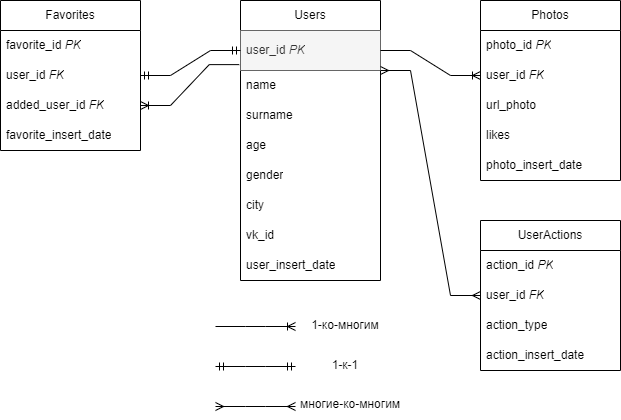
This is db/db_structure.drawio.png from holllygun/VKinder, a draw.io export, as it was before one commit. Source tidied: cells renumbered, new cells last; positions are measured from the earlier drawing's top-left corner, leaving out a move shared by most shapes. Its diagram source:
```xml
<mxGraphModel>
  <root>
    <mxCell id="0" />
    <mxCell id="1" parent="0" />
    <mxCell id="2" value="Users" style="swimlane;fontStyle=0;horizontal=1;startSize=30;whiteSpace=wrap;html=1;" parent="1" vertex="1">
      <mxGeometry x="240" width="140" height="280" as="geometry" />
    </mxCell>
    <mxCell id="3" value="user_id&amp;nbsp;&lt;i&gt;PK&lt;/i&gt;" style="text;strokeColor=#666666;fillColor=#f5f5f5;align=left;verticalAlign=middle;spacingLeft=4;spacingRight=4;overflow=hidden;points=[[0,0.5],[1,0.5]];portConstraint=eastwest;whiteSpace=wrap;html=1;fontColor=#333333;" parent="2" vertex="1">
      <mxGeometry y="30" width="140" height="40" as="geometry" />
    </mxCell>
    <mxCell id="4" value="name" style="text;strokeColor=none;fillColor=none;align=left;verticalAlign=middle;spacingLeft=4;spacingRight=4;overflow=hidden;whiteSpace=wrap;html=1;" parent="2" vertex="1">
      <mxGeometry y="70" width="140" height="30" as="geometry" />
    </mxCell>
    <mxCell id="5" value="surname" style="text;strokeColor=none;fillColor=none;align=left;verticalAlign=middle;spacingLeft=4;spacingRight=4;overflow=hidden;whiteSpace=wrap;html=1;" parent="2" vertex="1">
      <mxGeometry y="100" width="140" height="30" as="geometry" />
    </mxCell>
    <mxCell id="6" value="age" style="text;strokeColor=none;fillColor=none;align=left;verticalAlign=middle;spacingLeft=4;spacingRight=4;overflow=hidden;whiteSpace=wrap;html=1;" parent="2" vertex="1">
      <mxGeometry y="130" width="140" height="30" as="geometry" />
    </mxCell>
    <mxCell id="7" value="gender" style="text;strokeColor=none;fillColor=none;align=left;verticalAlign=middle;spacingLeft=4;spacingRight=4;overflow=hidden;whiteSpace=wrap;html=1;" parent="2" vertex="1">
      <mxGeometry y="160" width="140" height="30" as="geometry" />
    </mxCell>
    <mxCell id="8" value="city" style="text;strokeColor=none;fillColor=none;align=left;verticalAlign=middle;spacingLeft=4;spacingRight=4;overflow=hidden;whiteSpace=wrap;html=1;" parent="2" vertex="1">
      <mxGeometry y="190" width="140" height="30" as="geometry" />
    </mxCell>
    <mxCell id="9" value="vk_id" style="text;strokeColor=none;fillColor=none;align=left;verticalAlign=middle;spacingLeft=4;spacingRight=4;overflow=hidden;whiteSpace=wrap;html=1;" parent="2" vertex="1">
      <mxGeometry y="220" width="140" height="30" as="geometry" />
    </mxCell>
    <mxCell id="10" value="user_insert_date" style="text;strokeColor=none;fillColor=none;align=left;verticalAlign=middle;spacingLeft=4;spacingRight=4;overflow=hidden;whiteSpace=wrap;html=1;" parent="2" vertex="1">
      <mxGeometry y="250" width="140" height="30" as="geometry" />
    </mxCell>
    <mxCell id="11" value="Photos" style="swimlane;fontStyle=0;horizontal=1;startSize=30;whiteSpace=wrap;html=1;" parent="1" vertex="1">
      <mxGeometry x="480" width="140" height="180" as="geometry" />
    </mxCell>
    <mxCell id="12" value="photo_id&amp;nbsp;&lt;i&gt;PK&lt;/i&gt;" style="text;strokeColor=none;fillColor=none;align=left;verticalAlign=middle;spacingLeft=4;spacingRight=4;overflow=hidden;whiteSpace=wrap;html=1;" parent="11" vertex="1">
      <mxGeometry y="30" width="140" height="30" as="geometry" />
    </mxCell>
    <mxCell id="13" value="user_id&amp;nbsp;&lt;i&gt;FK&lt;/i&gt;" style="text;strokeColor=none;fillColor=none;align=left;verticalAlign=middle;spacingLeft=4;spacingRight=4;overflow=hidden;points=[[0,0.5],[1,0.5]];portConstraint=eastwest;whiteSpace=wrap;html=1;" parent="11" vertex="1">
      <mxGeometry y="60" width="140" height="30" as="geometry" />
    </mxCell>
    <mxCell id="14" value="url_photo" style="text;strokeColor=none;fillColor=none;align=left;verticalAlign=middle;spacingLeft=4;spacingRight=4;overflow=hidden;whiteSpace=wrap;html=1;" parent="11" vertex="1">
      <mxGeometry y="90" width="140" height="30" as="geometry" />
    </mxCell>
    <mxCell id="15" value="likes" style="text;strokeColor=none;fillColor=none;align=left;verticalAlign=middle;spacingLeft=4;spacingRight=4;overflow=hidden;whiteSpace=wrap;html=1;" parent="11" vertex="1">
      <mxGeometry y="120" width="140" height="30" as="geometry" />
    </mxCell>
    <mxCell id="16" value="photo_insert_date" style="text;strokeColor=none;fillColor=none;align=left;verticalAlign=middle;spacingLeft=4;spacingRight=4;overflow=hidden;whiteSpace=wrap;html=1;" parent="11" vertex="1">
      <mxGeometry y="150" width="140" height="30" as="geometry" />
    </mxCell>
    <mxCell id="17" value="Favorites" style="swimlane;fontStyle=0;horizontal=1;startSize=30;whiteSpace=wrap;html=1;" parent="1" vertex="1">
      <mxGeometry width="140" height="150" as="geometry" />
    </mxCell>
    <mxCell id="18" value="favorite_id&amp;nbsp;&lt;i&gt;PK&lt;/i&gt;" style="text;strokeColor=none;fillColor=none;align=left;verticalAlign=middle;spacingLeft=4;spacingRight=4;overflow=hidden;whiteSpace=wrap;html=1;" parent="17" vertex="1">
      <mxGeometry y="30" width="140" height="30" as="geometry" />
    </mxCell>
    <mxCell id="19" value="user_id&amp;nbsp;&lt;i&gt;FK&lt;/i&gt;" style="text;strokeColor=none;fillColor=none;align=left;verticalAlign=middle;spacingLeft=4;spacingRight=4;overflow=hidden;points=[[0,0.5],[1,0.5]];portConstraint=eastwest;whiteSpace=wrap;html=1;" parent="17" vertex="1">
      <mxGeometry y="60" width="140" height="30" as="geometry" />
    </mxCell>
    <mxCell id="20" value="added_user_id&amp;nbsp;&lt;i&gt;FK&lt;/i&gt;" style="text;strokeColor=none;fillColor=none;align=left;verticalAlign=middle;spacingLeft=4;spacingRight=4;overflow=hidden;points=[[0,0.5],[1,0.5]];portConstraint=eastwest;whiteSpace=wrap;html=1;" parent="17" vertex="1">
      <mxGeometry y="90" width="140" height="30" as="geometry" />
    </mxCell>
    <mxCell id="21" value="favorite_insert_date" style="text;strokeColor=none;fillColor=none;align=left;verticalAlign=middle;spacingLeft=4;spacingRight=4;overflow=hidden;whiteSpace=wrap;html=1;" parent="17" vertex="1">
      <mxGeometry y="120" width="140" height="30" as="geometry" />
    </mxCell>
    <mxCell id="22" value="UserActions" style="swimlane;fontStyle=0;horizontal=1;startSize=30;whiteSpace=wrap;html=1;" parent="1" vertex="1">
      <mxGeometry x="480" y="220" width="140" height="150" as="geometry" />
    </mxCell>
    <mxCell id="23" value="action_id&amp;nbsp;&lt;i&gt;PK&lt;/i&gt;" style="text;strokeColor=none;fillColor=none;align=left;verticalAlign=middle;spacingLeft=4;spacingRight=4;overflow=hidden;points=[[0,0.5],[1,0.5]];portConstraint=eastwest;whiteSpace=wrap;html=1;" parent="22" vertex="1">
      <mxGeometry y="30" width="140" height="30" as="geometry" />
    </mxCell>
    <mxCell id="24" value="user_id&amp;nbsp;&lt;i&gt;FK&lt;/i&gt;" style="text;strokeColor=none;fillColor=none;align=left;verticalAlign=middle;spacingLeft=4;spacingRight=4;overflow=hidden;points=[[0,0.5],[1,0.5]];portConstraint=eastwest;whiteSpace=wrap;html=1;" parent="22" vertex="1">
      <mxGeometry y="60" width="140" height="30" as="geometry" />
    </mxCell>
    <mxCell id="25" value="action_type" style="text;strokeColor=none;fillColor=none;align=left;verticalAlign=middle;spacingLeft=4;spacingRight=4;overflow=hidden;whiteSpace=wrap;html=1;" parent="22" vertex="1">
      <mxGeometry y="90" width="140" height="30" as="geometry" />
    </mxCell>
    <mxCell id="26" value="action_insert_date" style="text;strokeColor=none;fillColor=none;align=left;verticalAlign=middle;spacingLeft=4;spacingRight=4;overflow=hidden;whiteSpace=wrap;html=1;" parent="22" vertex="1">
      <mxGeometry y="120" width="140" height="30" as="geometry" />
    </mxCell>
    <mxCell id="27" style="edgeStyle=entityRelationEdgeStyle;fontSize=12;html=1;endArrow=ERoneToMany;rounded=0;exitX=1;exitY=0.5;exitDx=0;exitDy=0;entryX=0;entryY=0.5;entryDx=0;entryDy=0;" parent="1" edge="1" source="3" target="13">
      <mxGeometry relative="1" as="geometry" />
    </mxCell>
    <mxCell id="28" style="edgeStyle=entityRelationEdgeStyle;fontSize=12;html=1;endArrow=ERmandOne;startArrow=ERmandOne;rounded=0;exitX=1;exitY=0.5;exitDx=0;exitDy=0;entryX=0;entryY=0.5;entryDx=0;entryDy=0;" parent="1" edge="1" source="19" target="3">
      <mxGeometry relative="1" as="geometry" />
    </mxCell>
    <mxCell id="29" style="edgeStyle=entityRelationEdgeStyle;fontSize=12;html=1;endArrow=ERoneToMany;rounded=0;entryX=1;entryY=0.5;entryDx=0;entryDy=0;exitX=-0.009;exitY=0.853;exitDx=0;exitDy=0;exitPerimeter=0;" parent="1" edge="1" source="3" target="20">
      <mxGeometry relative="1" as="geometry" />
    </mxCell>
    <mxCell id="30" style="edgeStyle=entityRelationEdgeStyle;fontSize=12;html=1;endArrow=ERmany;startArrow=ERmany;rounded=0;entryX=0;entryY=0.5;entryDx=0;entryDy=0;exitX=1;exitY=0.25;exitDx=0;exitDy=0;" parent="1" edge="1" source="2" target="24">
      <mxGeometry relative="1" as="geometry" />
    </mxCell>
    <mxCell id="31" style="edgeStyle=entityRelationEdgeStyle;fontSize=12;html=1;endArrow=ERoneToMany;rounded=0;" parent="1" edge="1">
      <mxGeometry relative="1" as="geometry">
        <mxPoint x="215" y="326" as="sourcePoint" />
        <mxPoint x="295" y="326" as="targetPoint" />
      </mxGeometry>
    </mxCell>
    <mxCell id="32" value="1-ко-многим" style="text;html=1;strokeColor=none;fillColor=none;align=center;verticalAlign=middle;whiteSpace=wrap;rounded=0;" parent="1" vertex="1">
      <mxGeometry x="295" y="310" width="100" height="30" as="geometry" />
    </mxCell>
    <mxCell id="33" style="edgeStyle=entityRelationEdgeStyle;fontSize=12;html=1;endArrow=ERmandOne;startArrow=ERmandOne;rounded=0;" parent="1" edge="1">
      <mxGeometry relative="1" as="geometry">
        <mxPoint x="215" y="366" as="sourcePoint" />
        <mxPoint x="295" y="366" as="targetPoint" />
      </mxGeometry>
    </mxCell>
    <mxCell id="34" value="1-к-1" style="text;html=1;strokeColor=none;fillColor=none;align=center;verticalAlign=middle;whiteSpace=wrap;rounded=0;" parent="1" vertex="1">
      <mxGeometry x="295" y="350" width="100" height="30" as="geometry" />
    </mxCell>
    <mxCell id="35" style="edgeStyle=entityRelationEdgeStyle;fontSize=12;html=1;endArrow=ERmany;startArrow=ERmany;rounded=0;" parent="1" edge="1">
      <mxGeometry relative="1" as="geometry">
        <mxPoint x="215" y="406" as="sourcePoint" />
        <mxPoint x="295" y="406" as="targetPoint" />
      </mxGeometry>
    </mxCell>
    <mxCell id="36" value="многие-ко-многим" style="text;html=1;strokeColor=none;fillColor=none;align=center;verticalAlign=middle;whiteSpace=wrap;rounded=0;" parent="1" vertex="1">
      <mxGeometry x="295" y="389" width="110" height="30" as="geometry" />
    </mxCell>
  </root>
</mxGraphModel>
```
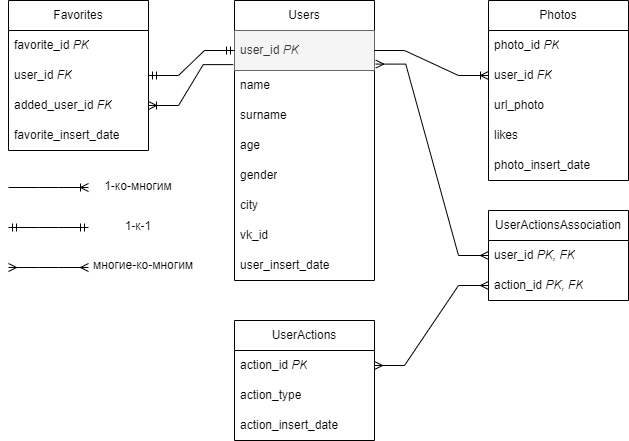
The same file after the commit.

What changed in the source:
```diff
@@ -3,7 +3,7 @@
     <mxCell id="0" />
     <mxCell id="1" parent="0" />
     <mxCell id="2" value="Users" style="swimlane;fontStyle=0;horizontal=1;startSize=30;whiteSpace=wrap;html=1;" parent="1" vertex="1">
-      <mxGeometry x="240" width="140" height="280" as="geometry" />
+      <mxGeometry x="226" width="140" height="280" as="geometry" />
     </mxCell>
     <mxCell id="3" value="user_id&amp;nbsp;&lt;i&gt;PK&lt;/i&gt;" style="text;strokeColor=#666666;fillColor=#f5f5f5;align=left;verticalAlign=middle;spacingLeft=4;spacingRight=4;overflow=hidden;points=[[0,0.5],[1,0.5]];portConstraint=eastwest;whiteSpace=wrap;html=1;fontColor=#333333;" parent="2" vertex="1">
       <mxGeometry y="30" width="140" height="40" as="geometry" />
@@ -63,19 +63,16 @@
       <mxGeometry y="120" width="140" height="30" as="geometry" />
     </mxCell>
     <mxCell id="22" value="UserActions" style="swimlane;fontStyle=0;horizontal=1;startSize=30;whiteSpace=wrap;html=1;" parent="1" vertex="1">
-      <mxGeometry x="480" y="220" width="140" height="150" as="geometry" />
+      <mxGeometry x="226" y="320" width="140" height="120" as="geometry" />
     </mxCell>
     <mxCell id="23" value="action_id&amp;nbsp;&lt;i&gt;PK&lt;/i&gt;" style="text;strokeColor=none;fillColor=none;align=left;verticalAlign=middle;spacingLeft=4;spacingRight=4;overflow=hidden;points=[[0,0.5],[1,0.5]];portConstraint=eastwest;whiteSpace=wrap;html=1;" parent="22" vertex="1">
       <mxGeometry y="30" width="140" height="30" as="geometry" />
     </mxCell>
-    <mxCell id="24" value="user_id&amp;nbsp;&lt;i&gt;FK&lt;/i&gt;" style="text;strokeColor=none;fillColor=none;align=left;verticalAlign=middle;spacingLeft=4;spacingRight=4;overflow=hidden;points=[[0,0.5],[1,0.5]];portConstraint=eastwest;whiteSpace=wrap;html=1;" parent="22" vertex="1">
-      <mxGeometry y="60" width="140" height="30" as="geometry" />
-    </mxCell>
     <mxCell id="25" value="action_type" style="text;strokeColor=none;fillColor=none;align=left;verticalAlign=middle;spacingLeft=4;spacingRight=4;overflow=hidden;whiteSpace=wrap;html=1;" parent="22" vertex="1">
-      <mxGeometry y="90" width="140" height="30" as="geometry" />
+      <mxGeometry y="60" width="140" height="30" as="geometry" />
     </mxCell>
     <mxCell id="26" value="action_insert_date" style="text;strokeColor=none;fillColor=none;align=left;verticalAlign=middle;spacingLeft=4;spacingRight=4;overflow=hidden;whiteSpace=wrap;html=1;" parent="22" vertex="1">
-      <mxGeometry y="120" width="140" height="30" as="geometry" />
+      <mxGeometry y="90" width="140" height="30" as="geometry" />
     </mxCell>
     <mxCell id="27" style="edgeStyle=entityRelationEdgeStyle;fontSize=12;html=1;endArrow=ERoneToMany;rounded=0;exitX=1;exitY=0.5;exitDx=0;exitDy=0;entryX=0;entryY=0.5;entryDx=0;entryDy=0;" parent="1" edge="1" source="3" target="13">
       <mxGeometry relative="1" as="geometry" />
@@ -86,35 +83,51 @@
     <mxCell id="29" style="edgeStyle=entityRelationEdgeStyle;fontSize=12;html=1;endArrow=ERoneToMany;rounded=0;entryX=1;entryY=0.5;entryDx=0;entryDy=0;exitX=-0.009;exitY=0.853;exitDx=0;exitDy=0;exitPerimeter=0;" parent="1" edge="1" source="3" target="20">
       <mxGeometry relative="1" as="geometry" />
     </mxCell>
-    <mxCell id="30" style="edgeStyle=entityRelationEdgeStyle;fontSize=12;html=1;endArrow=ERmany;startArrow=ERmany;rounded=0;entryX=0;entryY=0.5;entryDx=0;entryDy=0;exitX=1;exitY=0.25;exitDx=0;exitDy=0;" parent="1" edge="1" source="2" target="24">
-      <mxGeometry relative="1" as="geometry" />
-    </mxCell>
     <mxCell id="31" style="edgeStyle=entityRelationEdgeStyle;fontSize=12;html=1;endArrow=ERoneToMany;rounded=0;" parent="1" edge="1">
       <mxGeometry relative="1" as="geometry">
-        <mxPoint x="215" y="326" as="sourcePoint" />
-        <mxPoint x="295" y="326" as="targetPoint" />
+        <mxPoint y="187" as="sourcePoint" />
+        <mxPoint x="80" y="187" as="targetPoint" />
       </mxGeometry>
     </mxCell>
     <mxCell id="32" value="1-ко-многим" style="text;html=1;strokeColor=none;fillColor=none;align=center;verticalAlign=middle;whiteSpace=wrap;rounded=0;" parent="1" vertex="1">
-      <mxGeometry x="295" y="310" width="100" height="30" as="geometry" />
+      <mxGeometry x="80" y="171" width="100" height="30" as="geometry" />
     </mxCell>
     <mxCell id="33" style="edgeStyle=entityRelationEdgeStyle;fontSize=12;html=1;endArrow=ERmandOne;startArrow=ERmandOne;rounded=0;" parent="1" edge="1">
       <mxGeometry relative="1" as="geometry">
-        <mxPoint x="215" y="366" as="sourcePoint" />
-        <mxPoint x="295" y="366" as="targetPoint" />
+        <mxPoint y="227" as="sourcePoint" />
+        <mxPoint x="80" y="227" as="targetPoint" />
       </mxGeometry>
     </mxCell>
     <mxCell id="34" value="1-к-1" style="text;html=1;strokeColor=none;fillColor=none;align=center;verticalAlign=middle;whiteSpace=wrap;rounded=0;" parent="1" vertex="1">
-      <mxGeometry x="295" y="350" width="100" height="30" as="geometry" />
+      <mxGeometry x="80" y="211" width="100" height="30" as="geometry" />
     </mxCell>
     <mxCell id="35" style="edgeStyle=entityRelationEdgeStyle;fontSize=12;html=1;endArrow=ERmany;startArrow=ERmany;rounded=0;" parent="1" edge="1">
       <mxGeometry relative="1" as="geometry">
-        <mxPoint x="215" y="406" as="sourcePoint" />
-        <mxPoint x="295" y="406" as="targetPoint" />
+        <mxPoint y="267" as="sourcePoint" />
+        <mxPoint x="80" y="267" as="targetPoint" />
       </mxGeometry>
     </mxCell>
     <mxCell id="36" value="многие-ко-многим" style="text;html=1;strokeColor=none;fillColor=none;align=center;verticalAlign=middle;whiteSpace=wrap;rounded=0;" parent="1" vertex="1">
-      <mxGeometry x="295" y="389" width="110" height="30" as="geometry" />
+      <mxGeometry x="80" y="250" width="110" height="30" as="geometry" />
     </mxCell>
+    <mxCell id="37" value="UserActionsAssociation" style="swimlane;fontStyle=0;horizontal=1;startSize=30;whiteSpace=wrap;html=1;" parent="1" vertex="1">
+      <mxGeometry x="480" y="210" width="140" height="90" as="geometry" />
+    </mxCell>
+    <mxCell id="38" value="user_id &lt;i&gt;PK, FK&lt;/i&gt;" style="text;strokeColor=none;fillColor=none;align=left;verticalAlign=middle;spacingLeft=4;spacingRight=4;overflow=hidden;points=[[0,0.5],[1,0.5]];portConstraint=eastwest;whiteSpace=wrap;html=1;" parent="37" vertex="1">
+      <mxGeometry y="30" width="140" height="30" as="geometry" />
+    </mxCell>
+    <mxCell id="39" value="action_id&amp;nbsp;&lt;i&gt;PK, FK&lt;/i&gt;" style="text;strokeColor=none;fillColor=none;align=left;verticalAlign=middle;spacingLeft=4;spacingRight=4;overflow=hidden;points=[[0,0.5],[1,0.5]];portConstraint=eastwest;whiteSpace=wrap;html=1;" parent="37" vertex="1">
+      <mxGeometry y="60" width="140" height="30" as="geometry" />
+    </mxCell>
+    <mxCell id="40" style="edgeStyle=entityRelationEdgeStyle;fontSize=12;html=1;endArrow=ERmany;startArrow=ERmany;rounded=0;entryX=0;entryY=0.5;entryDx=0;entryDy=0;exitX=1.009;exitY=0.84;exitDx=0;exitDy=0;exitPerimeter=0;" parent="1" edge="1" source="3" target="38">
+      <mxGeometry relative="1" as="geometry" />
+    </mxCell>
+    <mxCell id="41" style="edgeStyle=entityRelationEdgeStyle;fontSize=12;html=1;endArrow=ERmany;startArrow=ERmany;rounded=0;exitX=1;exitY=0.5;exitDx=0;exitDy=0;entryX=0;entryY=0.5;entryDx=0;entryDy=0;" parent="1" edge="1" source="23" target="39">
+      <mxGeometry relative="1" as="geometry">
+        <Array as="points">
+          <mxPoint x="940" y="523" />
+        </Array>
+      </mxGeometry>
+    </mxCell>
   </root>
 </mxGraphModel>
```
